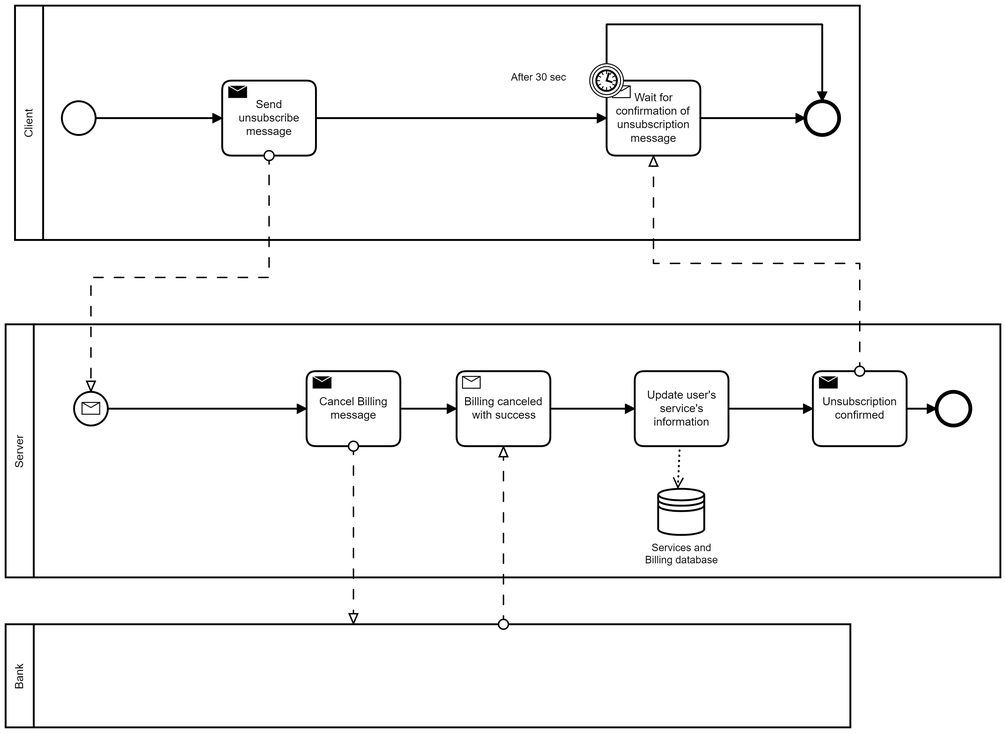
This is unsubscribe_to_service.png from esyker/Enterprise_Integration2021, a BPMN export, as it was before one commit. Its source is kept beside it as unsubscribe_to_service.bpmn. Ids are renumbered.
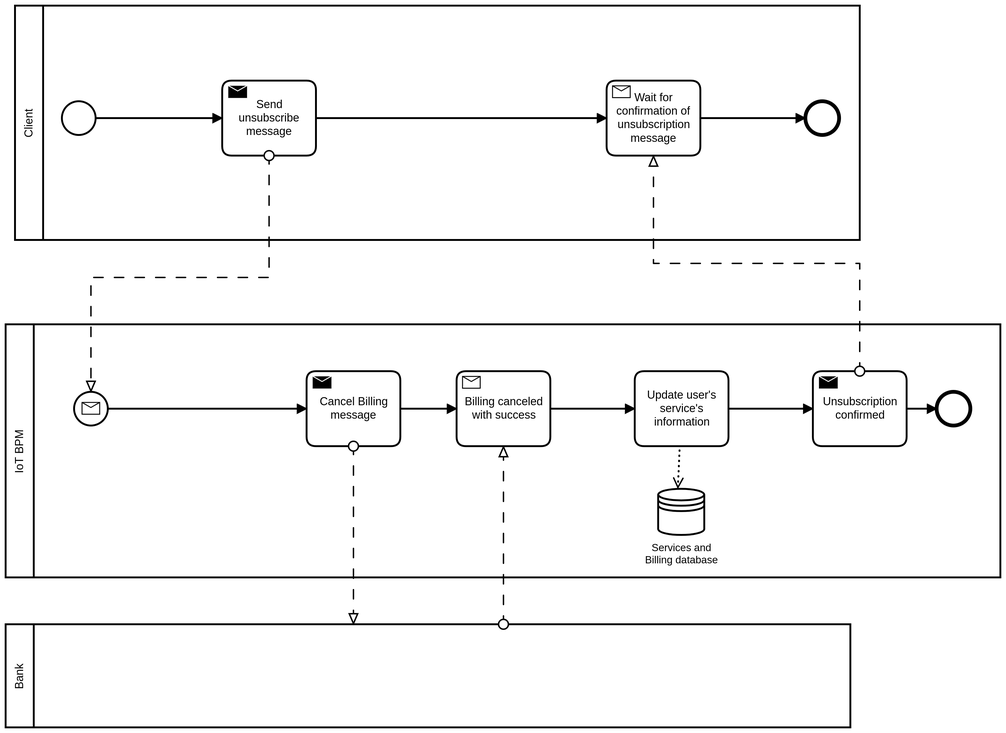
The same file after the commit.

What changed in the source:
```diff
@@ -1,7 +1,7 @@
 <bpmn:definitions xmlns:bpmn="http://www.omg.org/spec/BPMN/20100524/MODEL" xmlns:bpmndi="http://www.omg.org/spec/BPMN/20100524/DI" xmlns:dc="http://www.omg.org/spec/DD/20100524/DC" xmlns:di="http://www.omg.org/spec/DD/20100524/DI" id="Definitions_n1" targetNamespace="http://bpmn.io/schema/bpmn" exporter="Camunda Modeler" exporterVersion="4.6.0">
   <bpmn:collaboration id="Collaboration_n2">
     <bpmn:participant id="Participant_n3" name="Client" processRef="Process_n4" />
-    <bpmn:participant id="Participant_n5" name="Server" processRef="Process_n6" />
+    <bpmn:participant id="Participant_n5" name="IoT BPM" processRef="Process_n6" />
     <bpmn:participant id="Participant_n7" name="Bank" processRef="Process_n8" />
     <bpmn:messageFlow id="Flow_n9" sourceRef="Activity_n10" targetRef="Event_n11" />
     <bpmn:messageFlow id="Flow_n12" sourceRef="Activity_n13" targetRef="Participant_n7" />
@@ -21,17 +21,11 @@
     <bpmn:sequenceFlow id="Flow_n19" sourceRef="StartEvent_1" targetRef="Activity_n10" />
     <bpmn:endEvent id="Event_n22">
       <bpmn:incoming>Flow_n21</bpmn:incoming>
-      <bpmn:incoming>Flow_n23</bpmn:incoming>
     </bpmn:endEvent>
     <bpmn:receiveTask id="Activity_n18" name="Wait for confirmation of unsubscription message">
       <bpmn:incoming>Flow_n20</bpmn:incoming>
       <bpmn:outgoing>Flow_n21</bpmn:outgoing>
     </bpmn:receiveTask>
-    <bpmn:boundaryEvent id="Event_n24" name="After 30 sec" attachedToRef="Activity_n18">
-      <bpmn:outgoing>Flow_n23</bpmn:outgoing>
-      <bpmn:timerEventDefinition id="TimerEventDefinition_n25" />
-    </bpmn:boundaryEvent>
-    <bpmn:sequenceFlow id="Flow_n23" sourceRef="Event_n24" targetRef="Event_n22" />
   </bpmn:process>
   <bpmn:process id="Process_n6" isExecutable="false">
     <bpmn:startEvent id="Event_n11">
@@ -81,12 +75,6 @@
         <di:waypoint x="460" y="200" />
         <di:waypoint x="770" y="200" />
       </bpmndi:BPMNEdge>
-      <bpmndi:BPMNEdge id="Flow_n23_di" bpmnElement="Flow_n23">
-        <di:waypoint x="770" y="142" />
-        <di:waypoint x="770" y="100" />
-        <di:waypoint x="1000" y="100" />
-        <di:waypoint x="1000" y="182" />
-      </bpmndi:BPMNEdge>
       <bpmndi:BPMNEdge id="Flow_n21_di" bpmnElement="Flow_n21">
         <di:waypoint x="870" y="200" />
         <di:waypoint x="982" y="200" />
@@ -103,15 +91,21 @@
       <bpmndi:BPMNShape id="Activity_077huos_di" bpmnElement="Activity_n18">
         <dc:Bounds x="770" y="160" width="100" height="80" />
       </bpmndi:BPMNShape>
-      <bpmndi:BPMNShape id="Event_1z0crld_di" bpmnElement="Event_n24">
-        <dc:Bounds x="752" y="142" width="36" height="36" />
-        <bpmndi:BPMNLabel>
-          <dc:Bounds x="667" y="150" width="60" height="14" />
-        </bpmndi:BPMNLabel>
-      </bpmndi:BPMNShape>
       <bpmndi:BPMNShape id="Participant_n5_di" bpmnElement="Participant_n5" isHorizontal="true">
         <dc:Bounds x="129" y="420" width="1061" height="270" />
       </bpmndi:BPMNShape>
+      <bpmndi:BPMNEdge id="Flow_n33_di" bpmnElement="Flow_n33">
+        <di:waypoint x="900" y="510" />
+        <di:waypoint x="990" y="510" />
+      </bpmndi:BPMNEdge>
+      <bpmndi:BPMNEdge id="Flow_n32_di" bpmnElement="Flow_n32">
+        <di:waypoint x="1090" y="510" />
+        <di:waypoint x="1122" y="510" />
+      </bpmndi:BPMNEdge>
+      <bpmndi:BPMNEdge id="Flow_n26_di" bpmnElement="Flow_n26">
+        <di:waypoint x="238" y="510" />
+        <di:waypoint x="450" y="510" />
+      </bpmndi:BPMNEdge>
       <bpmndi:BPMNEdge id="Flow_n28_di" bpmnElement="Flow_n28">
         <di:waypoint x="550" y="510" />
         <di:waypoint x="610" y="510" />
@@ -119,18 +113,6 @@
       <bpmndi:BPMNEdge id="Flow_n29_di" bpmnElement="Flow_n29">
         <di:waypoint x="710" y="510" />
         <di:waypoint x="800" y="510" />
-      </bpmndi:BPMNEdge>
-      <bpmndi:BPMNEdge id="Flow_n26_di" bpmnElement="Flow_n26">
-        <di:waypoint x="238" y="510" />
-        <di:waypoint x="450" y="510" />
-      </bpmndi:BPMNEdge>
-      <bpmndi:BPMNEdge id="Flow_n32_di" bpmnElement="Flow_n32">
-        <di:waypoint x="1090" y="510" />
-        <di:waypoint x="1122" y="510" />
-      </bpmndi:BPMNEdge>
-      <bpmndi:BPMNEdge id="Flow_n33_di" bpmnElement="Flow_n33">
-        <di:waypoint x="900" y="510" />
-        <di:waypoint x="990" y="510" />
       </bpmndi:BPMNEdge>
       <bpmndi:BPMNShape id="Event_0sb3zye_di" bpmnElement="Event_n11">
         <dc:Bounds x="202" y="492" width="36" height="36" />
```
